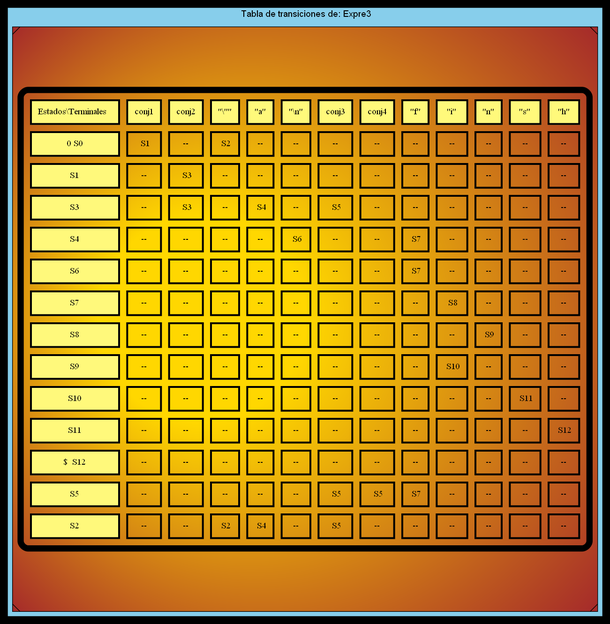
Before: TRANSICIONES_202000119/TransicionesExpre3.png, a diagram exported from Graphviz (SergieArizandieta/OLC1-P1-202000119). Its source is kept beside it as TRANSICIONES_202000119/TransicionesExpre3.dot. Source of this version:
```dot
digraph G { bgcolor="black"
   fontname="Helvetica,Arial,sans-serif"
  edge [fontname="Helvetica,Arial,sans-serif"]
  subgraph cluster1 {fillcolor="skyblue" style="filled"
  node [shape=Msquare fillcolor="gold:brown" style="radial" gradientangle=180]
  label = " Tabla de transiciones de: Expre3"
  a0 [label=<
  <TABLE border="10" cellspacing="10" cellpadding="10" style="rounded" gradientangle="315">
  <TR>
      <TD border="3" bgcolor="#FFF97B">Estados\Terminales  </TD>
      <TD border="3" bgcolor="#FFF97B">conj1</TD>
      <TD border="3" bgcolor="#FFF97B">conj2</TD>
      <TD border="3" bgcolor="#FFF97B">"\""</TD>
      <TD border="3" bgcolor="#FFF97B">"a"</TD>
      <TD border="3" bgcolor="#FFF97B">"\n"</TD>
      <TD border="3" bgcolor="#FFF97B">conj3</TD>
      <TD border="3" bgcolor="#FFF97B">conj4</TD>
      <TD border="3" bgcolor="#FFF97B">"f"</TD>
      <TD border="3" bgcolor="#FFF97B">"i"</TD>
      <TD border="3" bgcolor="#FFF97B">"n"</TD>
      <TD border="3" bgcolor="#FFF97B">"s"</TD>
      <TD border="3" bgcolor="#FFF97B">"h"</TD>
  </TR>
  <TR>
      <TD border="3" bgcolor="#FFF97B">0 S0</TD>
      <TD border="3" > S1</TD>
      <TD border="3" > -- </TD>
      <TD border="3" > S2</TD>
      <TD border="3" > -- </TD>
      <TD border="3" > -- </TD>
      <TD border="3" > -- </TD>
      <TD border="3" > -- </TD>
      <TD border="3" > -- </TD>
      <TD border="3" > -- </TD>
      <TD border="3" > -- </TD>
      <TD border="3" > -- </TD>
      <TD border="3" > -- </TD>
  </TR>
  <TR>
      <TD border="3" bgcolor="#FFF97B">S1</TD>
      <TD border="3" > -- </TD>
      <TD border="3" > S3</TD>
      <TD border="3" > -- </TD>
      <TD border="3" > -- </TD>
      <TD border="3" > -- </TD>
      <TD border="3" > -- </TD>
      <TD border="3" > -- </TD>
      <TD border="3" > -- </TD>
      <TD border="3" > -- </TD>
      <TD border="3" > -- </TD>
      <TD border="3" > -- </TD>
      <TD border="3" > -- </TD>
  </TR>
  <TR>
      <TD border="3" bgcolor="#FFF97B">S3</TD>
      <TD border="3" > -- </TD>
      <TD border="3" > S3</TD>
      <TD border="3" > -- </TD>
      <TD border="3" > S4</TD>
      <TD border="3" > -- </TD>
      <TD border="3" > S5</TD>
      <TD border="3" > -- </TD>
      <TD border="3" > -- </TD>
      <TD border="3" > -- </TD>
      <TD border="3" > -- </TD>
      <TD border="3" > -- </TD>
      <TD border="3" > -- </TD>
  </TR>
  <TR>
      <TD border="3" bgcolor="#FFF97B">S4</TD>
      <TD border="3" > -- </TD>
      <TD border="3" > -- </TD>
      <TD border="3" > -- </TD>
      <TD border="3" > -- </TD>
      <TD border="3" > S6</TD>
      <TD border="3" > -- </TD>
      <TD border="3" > -- </TD>
      <TD border="3" > S7</TD>
      <TD border="3" > -- </TD>
      <TD border="3" > -- </TD>
      <TD border="3" > -- </TD>
      <TD border="3" > -- </TD>
  </TR>
  <TR>
      <TD border="3" bgcolor="#FFF97B">S6</TD>
      <TD border="3" > -- </TD>
      <TD border="3" > -- </TD>
      <TD border="3" > -- </TD>
      <TD border="3" > -- </TD>
      <TD border="3" > -- </TD>
      <TD border="3" > -- </TD>
      <TD border="3" > -- </TD>
      <TD border="3" > S7</TD>
      <TD border="3" > -- </TD>
      <TD border="3" > -- </TD>
      <TD border="3" > -- </TD>
      <TD border="3" > -- </TD>
  </TR>
  <TR>
      <TD border="3" bgcolor="#FFF97B">S7</TD>
      <TD border="3" > -- </TD>
      <TD border="3" > -- </TD>
      <TD border="3" > -- </TD>
      <TD border="3" > -- </TD>
      <TD border="3" > -- </TD>
      <TD border="3" > -- </TD>
      <TD border="3" > -- </TD>
      <TD border="3" > -- </TD>
      <TD border="3" > S8</TD>
      <TD border="3" > -- </TD>
      <TD border="3" > -- </TD>
      <TD border="3" > -- </TD>
  </TR>
  <TR>
      <TD border="3" bgcolor="#FFF97B">S8</TD>
      <TD border="3" > -- </TD>
      <TD border="3" > -- </TD>
      <TD border="3" > -- </TD>
      <TD border="3" > -- </TD>
      <TD border="3" > -- </TD>
      <TD border="3" > -- </TD>
      <TD border="3" > -- </TD>
      <TD border="3" > -- </TD>
      <TD border="3" > -- </TD>
      <TD border="3" > S9</TD>
      <TD border="3" > -- </TD>
      <TD border="3" > -- </TD>
  </TR>
  <TR>
      <TD border="3" bgcolor="#FFF97B">S9</TD>
      <TD border="3" > -- </TD>
      <TD border="3" > -- </TD>
      <TD border="3" > -- </TD>
      <TD border="3" > -- </TD>
      <TD border="3" > -- </TD>
      <TD border="3" > -- </TD>
      <TD border="3" > -- </TD>
      <TD border="3" > -- </TD>
      <TD border="3" > S10</TD>
      <TD border="3" > -- </TD>
      <TD border="3" > -- </TD>
      <TD border="3" > -- </TD>
  </TR>
  <TR>
      <TD border="3" bgcolor="#FFF97B">S10</TD>
      <TD border="3" > -- </TD>
      <TD border="3" > -- </TD>
      <TD border="3" > -- </TD>
      <TD border="3" > -- </TD>
      <TD border="3" > -- </TD>
      <TD border="3" > -- </TD>
      <TD border="3" > -- </TD>
      <TD border="3" > -- </TD>
      <TD border="3" > -- </TD>
      <TD border="3" > -- </TD>
      <TD border="3" > S11</TD>
      <TD border="3" > -- </TD>
  </TR>
  <TR>
      <TD border="3" bgcolor="#FFF97B">S11</TD>
      <TD border="3" > -- </TD>
      <TD border="3" > -- </TD>
      <TD border="3" > -- </TD>
      <TD border="3" > -- </TD>
      <TD border="3" > -- </TD>
      <TD border="3" > -- </TD>
      <TD border="3" > -- </TD>
      <TD border="3" > -- </TD>
      <TD border="3" > -- </TD>
      <TD border="3" > -- </TD>
      <TD border="3" > -- </TD>
      <TD border="3" > S12</TD>
  </TR>
  <TR>
      <TD border="3" bgcolor="#FFF97B">$  S12</TD>
      <TD border="3" > -- </TD>
      <TD border="3" > -- </TD>
      <TD border="3" > -- </TD>
      <TD border="3" > -- </TD>
      <TD border="3" > -- </TD>
      <TD border="3" > -- </TD>
      <TD border="3" > -- </TD>
      <TD border="3" > -- </TD>
      <TD border="3" > -- </TD>
      <TD border="3" > -- </TD>
      <TD border="3" > -- </TD>
      <TD border="3" > -- </TD>
  </TR>
  <TR>
      <TD border="3" bgcolor="#FFF97B">S5</TD>
      <TD border="3" > -- </TD>
      <TD border="3" > -- </TD>
      <TD border="3" > -- </TD>
      <TD border="3" > -- </TD>
      <TD border="3" > -- </TD>
      <TD border="3" > S5</TD>
      <TD border="3" > S5</TD>
      <TD border="3" > S7</TD>
      <TD border="3" > -- </TD>
      <TD border="3" > -- </TD>
      <TD border="3" > -- </TD>
      <TD border="3" > -- </TD>
  </TR>
  <TR>
      <TD border="3" bgcolor="#FFF97B">S2</TD>
      <TD border="3" > -- </TD>
      <TD border="3" > -- </TD>
      <TD border="3" > S2</TD>
      <TD border="3" > S4</TD>
      <TD border="3" > -- </TD>
      <TD border="3" > S5</TD>
      <TD border="3" > -- </TD>
      <TD border="3" > -- </TD>
      <TD border="3" > -- </TD>
      <TD border="3" > -- </TD>
      <TD border="3" > -- </TD>
      <TD border="3" > -- </TD>
  </TR>

</TABLE>>];}}
```
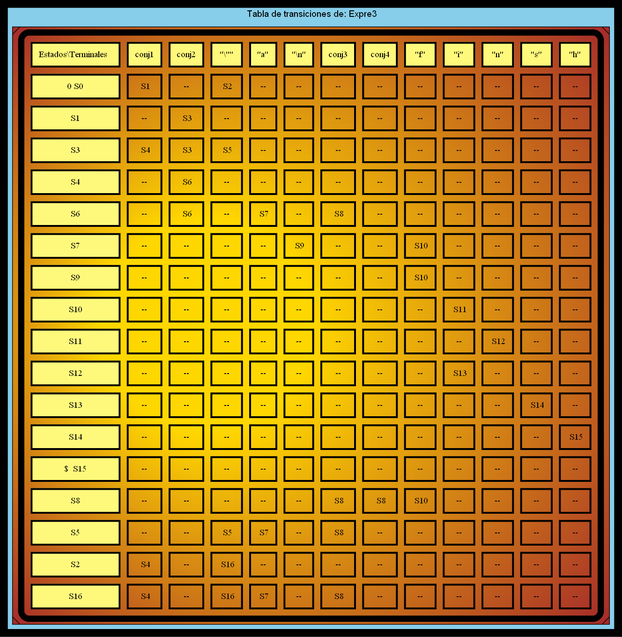
After the commit.

Change to the diagram source:
```diff
@@ -53,12 +53,12 @@
   </TR>
   <TR>
       <TD border="3" bgcolor="#FFF97B">S3</TD>
+      <TD border="3" > S4</TD>
+      <TD border="3" > S3</TD>
+      <TD border="3" > S5</TD>
       <TD border="3" > -- </TD>
-      <TD border="3" > S3</TD>
       <TD border="3" > -- </TD>
-      <TD border="3" > S4</TD>
       <TD border="3" > -- </TD>
-      <TD border="3" > S5</TD>
       <TD border="3" > -- </TD>
       <TD border="3" > -- </TD>
       <TD border="3" > -- </TD>
@@ -69,13 +69,13 @@
   <TR>
       <TD border="3" bgcolor="#FFF97B">S4</TD>
       <TD border="3" > -- </TD>
+      <TD border="3" > S6</TD>
       <TD border="3" > -- </TD>
       <TD border="3" > -- </TD>
       <TD border="3" > -- </TD>
-      <TD border="3" > S6</TD>
       <TD border="3" > -- </TD>
       <TD border="3" > -- </TD>
-      <TD border="3" > S7</TD>
+      <TD border="3" > -- </TD>
       <TD border="3" > -- </TD>
       <TD border="3" > -- </TD>
       <TD border="3" > -- </TD>
@@ -84,13 +84,13 @@
   <TR>
       <TD border="3" bgcolor="#FFF97B">S6</TD>
       <TD border="3" > -- </TD>
+      <TD border="3" > S6</TD>
+      <TD border="3" > -- </TD>
+      <TD border="3" > S7</TD>
+      <TD border="3" > -- </TD>
+      <TD border="3" > S8</TD>
       <TD border="3" > -- </TD>
       <TD border="3" > -- </TD>
-      <TD border="3" > -- </TD>
-      <TD border="3" > -- </TD>
-      <TD border="3" > -- </TD>
-      <TD border="3" > -- </TD>
-      <TD border="3" > S7</TD>
       <TD border="3" > -- </TD>
       <TD border="3" > -- </TD>
       <TD border="3" > -- </TD>
@@ -102,27 +102,12 @@
       <TD border="3" > -- </TD>
       <TD border="3" > -- </TD>
       <TD border="3" > -- </TD>
+      <TD border="3" > S9</TD>
       <TD border="3" > -- </TD>
       <TD border="3" > -- </TD>
+      <TD border="3" > S10</TD>
       <TD border="3" > -- </TD>
       <TD border="3" > -- </TD>
-      <TD border="3" > S8</TD>
-      <TD border="3" > -- </TD>
-      <TD border="3" > -- </TD>
-      <TD border="3" > -- </TD>
-  </TR>
-  <TR>
-      <TD border="3" bgcolor="#FFF97B">S8</TD>
-      <TD border="3" > -- </TD>
-      <TD border="3" > -- </TD>
-      <TD border="3" > -- </TD>
-      <TD border="3" > -- </TD>
-      <TD border="3" > -- </TD>
-      <TD border="3" > -- </TD>
-      <TD border="3" > -- </TD>
-      <TD border="3" > -- </TD>
-      <TD border="3" > -- </TD>
-      <TD border="3" > S9</TD>
       <TD border="3" > -- </TD>
       <TD border="3" > -- </TD>
   </TR>
@@ -135,8 +120,8 @@
       <TD border="3" > -- </TD>
       <TD border="3" > -- </TD>
       <TD border="3" > -- </TD>
+      <TD border="3" > S10</TD>
       <TD border="3" > -- </TD>
-      <TD border="3" > S10</TD>
       <TD border="3" > -- </TD>
       <TD border="3" > -- </TD>
       <TD border="3" > -- </TD>
@@ -151,9 +136,9 @@
       <TD border="3" > -- </TD>
       <TD border="3" > -- </TD>
       <TD border="3" > -- </TD>
+      <TD border="3" > S11</TD>
       <TD border="3" > -- </TD>
       <TD border="3" > -- </TD>
-      <TD border="3" > S11</TD>
       <TD border="3" > -- </TD>
   </TR>
   <TR>
@@ -167,12 +152,57 @@
       <TD border="3" > -- </TD>
       <TD border="3" > -- </TD>
       <TD border="3" > -- </TD>
+      <TD border="3" > S12</TD>
       <TD border="3" > -- </TD>
       <TD border="3" > -- </TD>
-      <TD border="3" > S12</TD>
   </TR>
   <TR>
-      <TD border="3" bgcolor="#FFF97B">$  S12</TD>
+      <TD border="3" bgcolor="#FFF97B">S12</TD>
+      <TD border="3" > -- </TD>
+      <TD border="3" > -- </TD>
+      <TD border="3" > -- </TD>
+      <TD border="3" > -- </TD>
+      <TD border="3" > -- </TD>
+      <TD border="3" > -- </TD>
+      <TD border="3" > -- </TD>
+      <TD border="3" > -- </TD>
+      <TD border="3" > S13</TD>
+      <TD border="3" > -- </TD>
+      <TD border="3" > -- </TD>
+      <TD border="3" > -- </TD>
+  </TR>
+  <TR>
+      <TD border="3" bgcolor="#FFF97B">S13</TD>
+      <TD border="3" > -- </TD>
+      <TD border="3" > -- </TD>
+      <TD border="3" > -- </TD>
+      <TD border="3" > -- </TD>
+      <TD border="3" > -- </TD>
+      <TD border="3" > -- </TD>
+      <TD border="3" > -- </TD>
+      <TD border="3" > -- </TD>
+      <TD border="3" > -- </TD>
+      <TD border="3" > -- </TD>
+      <TD border="3" > S14</TD>
+      <TD border="3" > -- </TD>
+  </TR>
+  <TR>
+      <TD border="3" bgcolor="#FFF97B">S14</TD>
+      <TD border="3" > -- </TD>
+      <TD border="3" > -- </TD>
+      <TD border="3" > -- </TD>
+      <TD border="3" > -- </TD>
+      <TD border="3" > -- </TD>
+      <TD border="3" > -- </TD>
+      <TD border="3" > -- </TD>
+      <TD border="3" > -- </TD>
+      <TD border="3" > -- </TD>
+      <TD border="3" > -- </TD>
+      <TD border="3" > -- </TD>
+      <TD border="3" > S15</TD>
+  </TR>
+  <TR>
+      <TD border="3" bgcolor="#FFF97B">$  S15</TD>
       <TD border="3" > -- </TD>
       <TD border="3" > -- </TD>
       <TD border="3" > -- </TD>
@@ -187,15 +217,30 @@
       <TD border="3" > -- </TD>
   </TR>
   <TR>
-      <TD border="3" bgcolor="#FFF97B">S5</TD>
+      <TD border="3" bgcolor="#FFF97B">S8</TD>
       <TD border="3" > -- </TD>
       <TD border="3" > -- </TD>
       <TD border="3" > -- </TD>
       <TD border="3" > -- </TD>
       <TD border="3" > -- </TD>
-      <TD border="3" > S5</TD>
+      <TD border="3" > S8</TD>
+      <TD border="3" > S8</TD>
+      <TD border="3" > S10</TD>
+      <TD border="3" > -- </TD>
+      <TD border="3" > -- </TD>
+      <TD border="3" > -- </TD>
+      <TD border="3" > -- </TD>
+  </TR>
+  <TR>
+      <TD border="3" bgcolor="#FFF97B">S5</TD>
+      <TD border="3" > -- </TD>
+      <TD border="3" > -- </TD>
       <TD border="3" > S5</TD>
       <TD border="3" > S7</TD>
+      <TD border="3" > -- </TD>
+      <TD border="3" > S8</TD>
+      <TD border="3" > -- </TD>
+      <TD border="3" > -- </TD>
       <TD border="3" > -- </TD>
       <TD border="3" > -- </TD>
       <TD border="3" > -- </TD>
@@ -203,12 +248,27 @@
   </TR>
   <TR>
       <TD border="3" bgcolor="#FFF97B">S2</TD>
+      <TD border="3" > S4</TD>
+      <TD border="3" > -- </TD>
+      <TD border="3" > S16</TD>
       <TD border="3" > -- </TD>
       <TD border="3" > -- </TD>
-      <TD border="3" > S2</TD>
+      <TD border="3" > -- </TD>
+      <TD border="3" > -- </TD>
+      <TD border="3" > -- </TD>
+      <TD border="3" > -- </TD>
+      <TD border="3" > -- </TD>
+      <TD border="3" > -- </TD>
+      <TD border="3" > -- </TD>
+  </TR>
+  <TR>
+      <TD border="3" bgcolor="#FFF97B">S16</TD>
       <TD border="3" > S4</TD>
       <TD border="3" > -- </TD>
-      <TD border="3" > S5</TD>
+      <TD border="3" > S16</TD>
+      <TD border="3" > S7</TD>
+      <TD border="3" > -- </TD>
+      <TD border="3" > S8</TD>
       <TD border="3" > -- </TD>
       <TD border="3" > -- </TD>
       <TD border="3" > -- </TD>
```
